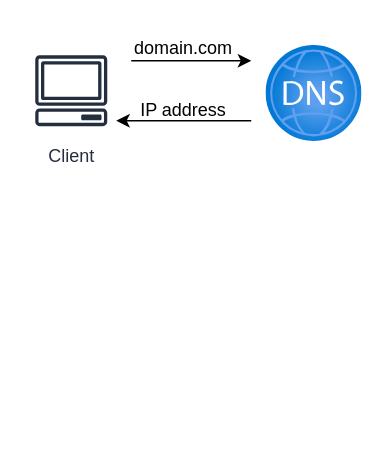
This is simple.drawio from eidelbaev/system-design, a draw.io file, before an edit. Source tidied: cells renumbered, new cells numbered last; positions are measured from the earlier drawing's top-left corner, leaving out a move shared by most shapes. Both pictures are drawn from the tidied source at 150%, with x=0, y=0 at pixel (26, 26).
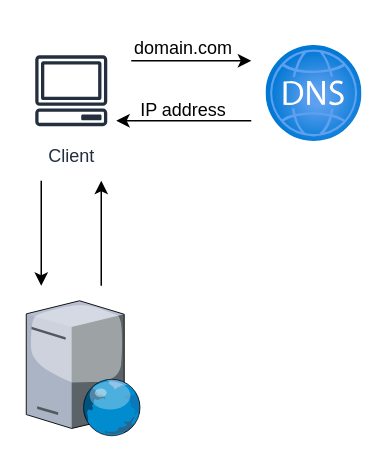
Above is the later version.

Diff of the diagram source:
```diff
@@
 <mxGraphModel>
   <root>
     <mxCell id="0" />
     <mxCell id="1" parent="0" />
     <mxCell id="2" style="image;html=1;align=center;fontSize=12;image=img/lib/azure2/networking/DNS_Zones.svg;" parent="1" vertex="1">
       <mxGeometry x="160" y="13" width="64" height="64" as="geometry" />
     </mxCell>
     <mxCell id="3" value="Client" style="sketch=0;fontColor=#232F3E;gradientColor=none;strokeColor=#232F3E;fillColor=#ffffff;dashed=0;verticalLabelPosition=bottom;verticalAlign=top;align=center;html=1;fontSize=12;fontStyle=0;shape=mxgraph.aws4.resourceIcon;resIcon=mxgraph.aws4.client;" parent="1" vertex="1">
       <mxGeometry y="13" width="60" height="60" as="geometry" />
     </mxCell>
     <mxCell id="4" style="endArrow=classic;html=1;rounded=0;" parent="1" edge="1">
       <mxGeometry relative="1" as="geometry">
         <mxPoint x="70" y="23" as="sourcePoint" />
         <mxPoint x="150" y="23" as="targetPoint" />
       </mxGeometry>
     </mxCell>
     <mxCell id="5" style="endArrow=classic;html=1;rounded=0;" parent="1" edge="1">
       <mxGeometry relative="1" as="geometry">
         <mxPoint x="150" y="63" as="sourcePoint" />
         <mxPoint x="60" y="63" as="targetPoint" />
       </mxGeometry>
     </mxCell>
     <mxCell id="6" value="domain.com" style="text;html=1;align=center;verticalAlign=middle;whiteSpace=wrap;rounded=0;" parent="1" vertex="1">
       <mxGeometry x="75" width="60" height="30" as="geometry" />
     </mxCell>
     <mxCell id="7" value="IP address" style="text;html=1;align=center;verticalAlign=middle;whiteSpace=wrap;rounded=0;" parent="1" vertex="1">
       <mxGeometry x="75" y="41" width="60" height="30" as="geometry" />
     </mxCell>
+    <mxCell id="8" style="verticalLabelPosition=bottom;sketch=0;html=1;verticalAlign=top;strokeColor=none;align=center;shape=mxgraph.citrix.web_server;" parent="1" vertex="1">
+      <mxGeometry y="183" width="76.5" height="90" as="geometry" />
+    </mxCell>
+    <mxCell id="9" style="endArrow=classic;html=1;rounded=0;" parent="1" edge="1">
+      <mxGeometry relative="1" as="geometry">
+        <mxPoint x="10" y="103" as="sourcePoint" />
+        <mxPoint x="10" y="173" as="targetPoint" />
+      </mxGeometry>
+    </mxCell>
+    <mxCell id="10" style="endArrow=classic;html=1;rounded=0;" parent="1" edge="1">
+      <mxGeometry relative="1" as="geometry">
+        <mxPoint x="50" y="173" as="sourcePoint" />
+        <mxPoint x="50" y="103" as="targetPoint" />
+      </mxGeometry>
+    </mxCell>
   </root>
 </mxGraphModel>
```
